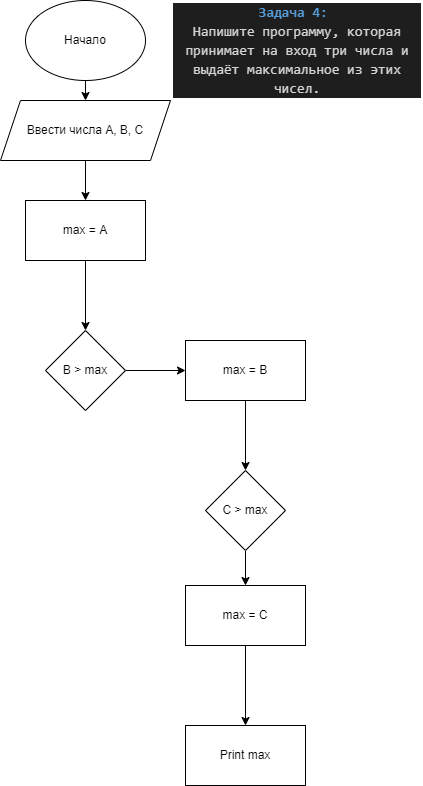
Before: Homework/Homework_01/Ex002/diagram.drawio.png, a diagram exported from draw.io (dvmax1984/Csharp25022023). Source tidied: cells renumbered, new cells last; positions are measured from the earlier drawing's top-left corner, leaving out a move shared by most shapes. The source it was exported from:
```xml
<mxGraphModel>
  <root>
    <mxCell id="0" />
    <mxCell id="1" parent="0" />
    <mxCell id="2" value="&lt;div style=&quot;color: rgb(212, 212, 212); background-color: rgb(30, 30, 30); font-family: Consolas, &amp;quot;Courier New&amp;quot;, monospace; font-size: 14px; line-height: 19px;&quot;&gt;&lt;span style=&quot;color: rgb(86, 156, 214); font-weight: bold;&quot;&gt;Задача 4:&amp;nbsp;&lt;/span&gt;&lt;/div&gt;&lt;div style=&quot;color: rgb(212, 212, 212); background-color: rgb(30, 30, 30); font-family: Consolas, &amp;quot;Courier New&amp;quot;, monospace; font-size: 14px; line-height: 19px;&quot;&gt;Напишите программу, которая принимает на вход три числа и выдаёт максимальное из этих чисел.&lt;/div&gt;" style="text;strokeColor=none;align=center;fillColor=none;html=1;verticalAlign=middle;whiteSpace=wrap;rounded=0;" parent="1" vertex="1">
      <mxGeometry x="172" width="250" height="100" as="geometry" />
    </mxCell>
    <mxCell id="3" style="edgeStyle=none;html=1;" parent="1" edge="1" source="4" target="6">
      <mxGeometry relative="1" as="geometry" />
    </mxCell>
    <mxCell id="4" value="Начало" style="ellipse;whiteSpace=wrap;html=1;" parent="1" vertex="1">
      <mxGeometry x="25" width="120" height="80" as="geometry" />
    </mxCell>
    <mxCell id="5" style="edgeStyle=none;html=1;entryX=0.5;entryY=0;entryDx=0;entryDy=0;" parent="1" edge="1" source="6" target="8">
      <mxGeometry relative="1" as="geometry" />
    </mxCell>
    <mxCell id="6" value="Ввести числа A, B, C" style="shape=parallelogram;perimeter=parallelogramPerimeter;whiteSpace=wrap;html=1;fixedSize=1;" parent="1" vertex="1">
      <mxGeometry y="100" width="170" height="60" as="geometry" />
    </mxCell>
    <mxCell id="7" style="edgeStyle=none;html=1;" parent="1" edge="1" source="8" target="10">
      <mxGeometry relative="1" as="geometry" />
    </mxCell>
    <mxCell id="8" value="max = A" style="rounded=0;whiteSpace=wrap;html=1;" parent="1" vertex="1">
      <mxGeometry x="25" y="200" width="120" height="60" as="geometry" />
    </mxCell>
    <mxCell id="9" style="edgeStyle=none;html=1;" parent="1" edge="1" source="10" target="12">
      <mxGeometry relative="1" as="geometry" />
    </mxCell>
    <mxCell id="10" value="B &amp;gt; max" style="rhombus;whiteSpace=wrap;html=1;rounded=0;" parent="1" vertex="1">
      <mxGeometry x="45" y="330" width="80" height="80" as="geometry" />
    </mxCell>
    <mxCell id="11" style="edgeStyle=none;html=1;" parent="1" edge="1" source="12" target="14">
      <mxGeometry relative="1" as="geometry" />
    </mxCell>
    <mxCell id="12" value="max = B" style="whiteSpace=wrap;html=1;rounded=0;" parent="1" vertex="1">
      <mxGeometry x="185" y="340" width="120" height="60" as="geometry" />
    </mxCell>
    <mxCell id="13" style="edgeStyle=none;html=1;" parent="1" edge="1" source="14" target="16">
      <mxGeometry relative="1" as="geometry" />
    </mxCell>
    <mxCell id="14" value="C &amp;gt; max" style="rhombus;whiteSpace=wrap;html=1;rounded=0;" parent="1" vertex="1">
      <mxGeometry x="205" y="470" width="80" height="80" as="geometry" />
    </mxCell>
    <mxCell id="15" style="edgeStyle=none;html=1;" parent="1" edge="1" source="16" target="17">
      <mxGeometry relative="1" as="geometry" />
    </mxCell>
    <mxCell id="16" value="max = C" style="whiteSpace=wrap;html=1;rounded=0;" parent="1" vertex="1">
      <mxGeometry x="185" y="585" width="120" height="60" as="geometry" />
    </mxCell>
    <mxCell id="17" value="Print max" style="whiteSpace=wrap;html=1;rounded=0;" parent="1" vertex="1">
      <mxGeometry x="185" y="725" width="120" height="60" as="geometry" />
    </mxCell>
  </root>
</mxGraphModel>
```
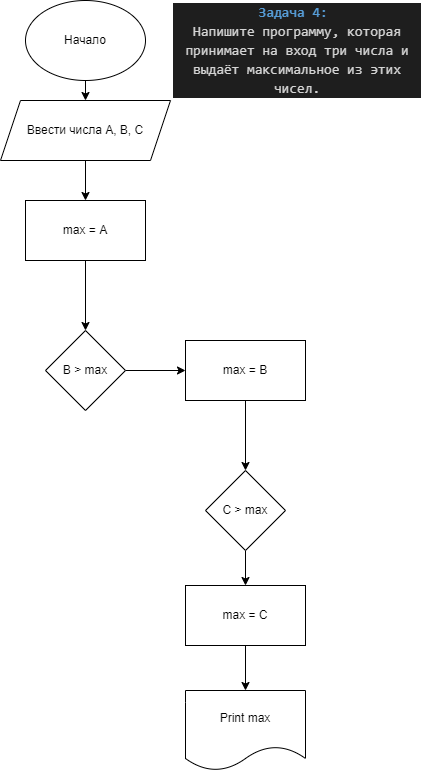
The same file after the commit.

The edit, as a diff of the source:
```diff
@@ -41,14 +41,14 @@
     <mxCell id="14" value="C &amp;gt; max" style="rhombus;whiteSpace=wrap;html=1;rounded=0;" parent="1" vertex="1">
       <mxGeometry x="205" y="470" width="80" height="80" as="geometry" />
     </mxCell>
-    <mxCell id="15" style="edgeStyle=none;html=1;" parent="1" edge="1" source="16" target="17">
+    <mxCell id="15" style="edgeStyle=none;html=1;entryX=0.5;entryY=0;entryDx=0;entryDy=0;" parent="1" edge="1" source="16" target="17">
       <mxGeometry relative="1" as="geometry" />
     </mxCell>
     <mxCell id="16" value="max = C" style="whiteSpace=wrap;html=1;rounded=0;" parent="1" vertex="1">
       <mxGeometry x="185" y="585" width="120" height="60" as="geometry" />
     </mxCell>
-    <mxCell id="17" value="Print max" style="whiteSpace=wrap;html=1;rounded=0;" parent="1" vertex="1">
-      <mxGeometry x="185" y="725" width="120" height="60" as="geometry" />
+    <mxCell id="17" value="Print max" style="shape=document;whiteSpace=wrap;html=1;boundedLbl=1;rounded=0;" parent="1" vertex="1">
+      <mxGeometry x="185" y="690" width="120" height="80" as="geometry" />
     </mxCell>
   </root>
 </mxGraphModel>
```
